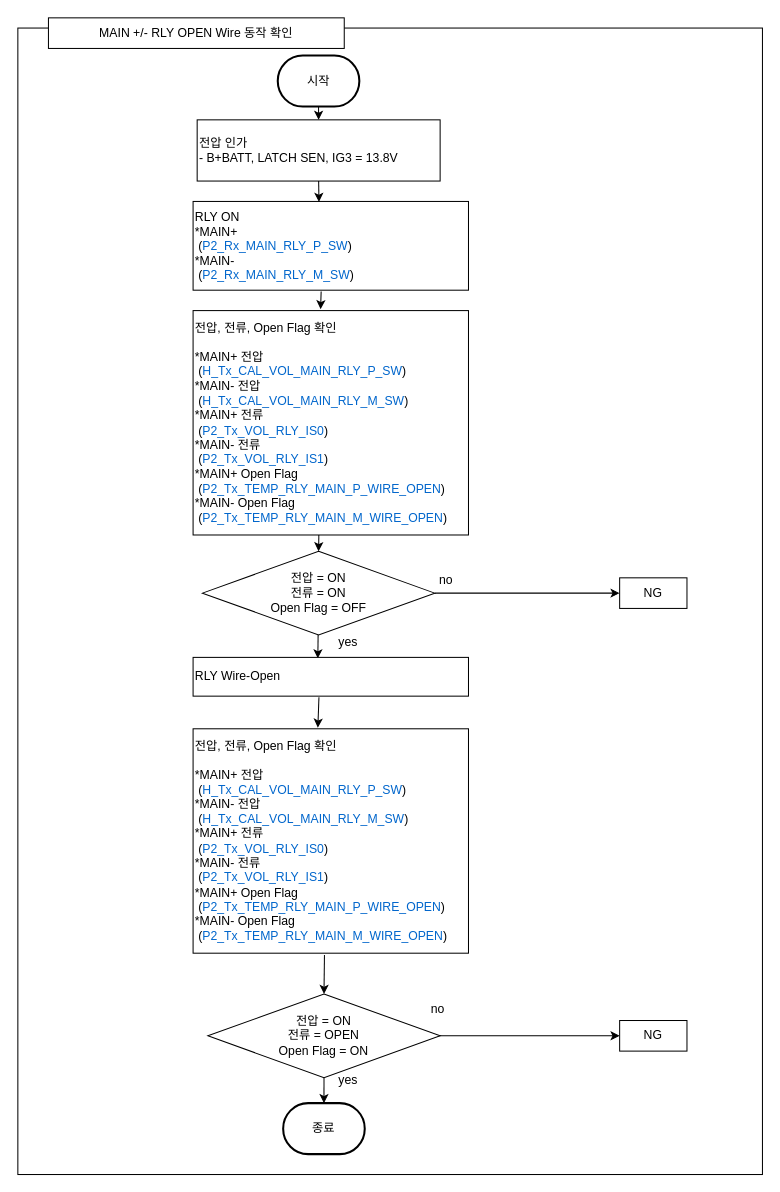
Before: MAIN +/- RLY OPEN Wire 동작 확인.drawio in chaeyoonl/state-transition-diagram-test, a draw.io diagram. Source tidied: cells renumbered, new cells numbered last; positions are measured from the earlier drawing's top-left corner, leaving out a move shared by most shapes. Both pictures are drawn from the tidied source at 102%, with x=0, y=0 at pixel (17, 17).
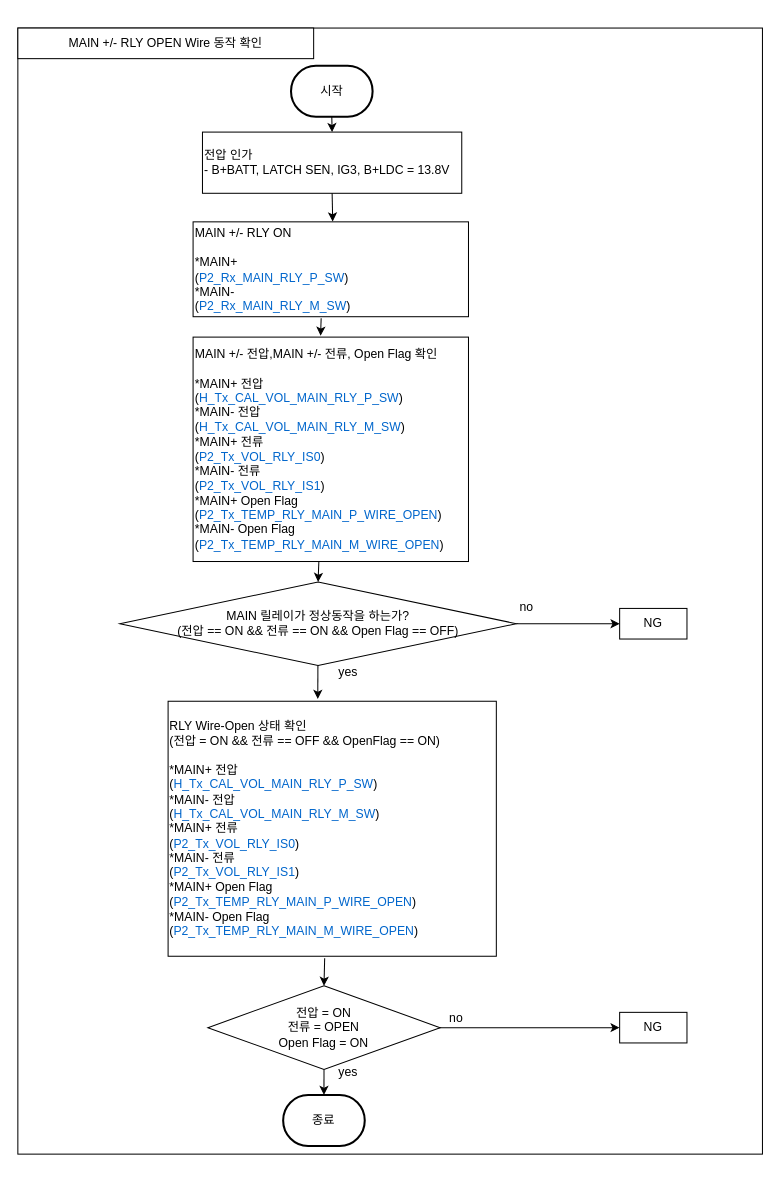
After the change.

Commit message:
- RLY OPEN Wire 동작 확인.drawio 업데이트

What changed in the source:
```diff
@@
     <mxCell id="2" style="rounded=0;whiteSpace=wrap;html=1;" parent="1" vertex="1">
-      <mxGeometry y="10" width="730" height="1124" as="geometry" />
+      <mxGeometry y="10" width="730" height="1104" as="geometry" />
     </mxCell>
     <mxCell id="3" value="시작" style="strokeWidth=2;html=1;shape=mxgraph.flowchart.terminator;whiteSpace=wrap;" parent="1" vertex="1">
-      <mxGeometry x="254.8" y="37" width="80" height="50" as="geometry" />
+      <mxGeometry x="267.8" y="47" width="80" height="50" as="geometry" />
     </mxCell>
@@
     <mxCell id="5" value="&lt;div&gt;MAIN +/- RLY&amp;nbsp;&lt;span style=&quot;background-color: initial;&quot;&gt;OPEN Wire 동작 확인&lt;/span&gt;&lt;/div&gt;" style="rounded=0;whiteSpace=wrap;html=1;" parent="1" vertex="1">
-      <mxGeometry x="30" width="290" height="30" as="geometry" />
+      <mxGeometry y="10" width="290" height="30" as="geometry" />
     </mxCell>
     <mxCell id="6" value="종료" style="strokeWidth=2;html=1;shape=mxgraph.flowchart.terminator;whiteSpace=wrap;" parent="1" vertex="1">
-      <mxGeometry x="260.1" y="1064" width="80" height="50" as="geometry" />
+      <mxGeometry x="260.1" y="1056" width="80" height="50" as="geometry" />
     </mxCell>
-    <mxCell id="7" value="전압 인가&lt;br&gt;- B+BATT, LATCH SEN, IG3 = 13.8V" style="rounded=0;whiteSpace=wrap;html=1;align=left;" parent="1" vertex="1">
-      <mxGeometry x="175.8" y="100" width="238.2" height="60" as="geometry" />
+    <mxCell id="7" value="전압 인가&lt;br&gt;- B+BATT, LATCH SEN, IG3, B+LDC = 13.8V" style="rounded=0;whiteSpace=wrap;html=1;align=left;" parent="1" vertex="1">
+      <mxGeometry x="181" y="112" width="254.2" height="60" as="geometry" />
     </mxCell>
@@
-    <mxCell id="9" value="RLY ON&lt;br&gt;*MAIN+&lt;br&gt;&amp;nbsp;(&lt;font color=&quot;#0066cc&quot;&gt;P2_Rx_MAIN_RLY_P_SW&lt;/font&gt;)&lt;br&gt;*MAIN-&lt;br&gt;&amp;nbsp;(&lt;font color=&quot;#0066cc&quot;&gt;P2_Rx_MAIN_RLY_M_SW&lt;/font&gt;)" style="rounded=0;whiteSpace=wrap;html=1;align=left;" parent="1" vertex="1">
-      <mxGeometry x="171.8" y="180" width="270" height="87" as="geometry" />
+    <mxCell id="9" value="MAIN +/- RLY ON&lt;br&gt;&lt;br&gt;*MAIN+&lt;br&gt;(&lt;font color=&quot;#0066cc&quot;&gt;P2_Rx_MAIN_RLY_P_SW&lt;/font&gt;)&lt;br&gt;*MAIN-&lt;br&gt;(&lt;font color=&quot;#0066cc&quot;&gt;P2_Rx_MAIN_RLY_M_SW&lt;/font&gt;)" style="rounded=0;whiteSpace=wrap;html=1;align=left;" parent="1" vertex="1">
+      <mxGeometry x="171.8" y="200" width="270" height="93" as="geometry" />
     </mxCell>
     <mxCell id="10" value="yes" style="text;html=1;strokeColor=none;fillColor=none;align=center;verticalAlign=middle;whiteSpace=wrap;rounded=0;" parent="1" vertex="1">
-      <mxGeometry x="294.4" y="1027" width="60" height="30" as="geometry" />
+      <mxGeometry x="294.4" y="1019" width="60" height="30" as="geometry" />
     </mxCell>
-    <mxCell id="11" style="endArrow=classic;html=1;rounded=0;exitX=0.5;exitY=1;exitDx=0;exitDy=0;entryX=0.457;entryY=0.005;entryDx=0;entryDy=0;entryPerimeter=0;" parent="1" edge="1" source="7" target="9">
+    <mxCell id="11" style="endArrow=classic;html=1;rounded=0;exitX=0.5;exitY=1;exitDx=0;exitDy=0;entryX=0.507;entryY=-0.003;entryDx=0;entryDy=0;entryPerimeter=0;" parent="1" edge="1" source="7" target="9">
       <mxGeometry relative="1" as="geometry" />
     </mxCell>
     <mxCell id="12" style="endArrow=classic;html=1;rounded=0;exitX=0.456;exitY=1.035;exitDx=0;exitDy=0;entryX=0.5;entryY=0;entryDx=0;entryDy=0;exitPerimeter=0;" parent="1" edge="1" target="13">
       <mxGeometry relative="1" as="geometry">
-        <mxPoint x="295.1" y="507" as="sourcePoint" />
+        <mxPoint x="295.1" y="533" as="sourcePoint" />
       </mxGeometry>
     </mxCell>
-    <mxCell id="13" value="전압 = ON&lt;br&gt;전류 = ON&lt;br&gt;Open Flag = OFF" style="rhombus;whiteSpace=wrap;html=1;" parent="1" vertex="1">
-      <mxGeometry x="181" y="523" width="227.7" height="82" as="geometry" />
+    <mxCell id="13" value="MAIN 릴레이가 정상동작을 하는가?&lt;br&gt;(전압 == ON &amp;amp;&amp;amp;&amp;nbsp;전류 == ON &amp;amp;&amp;amp;&amp;nbsp;Open Flag == OFF)" style="rhombus;whiteSpace=wrap;html=1;" parent="1" vertex="1">
+      <mxGeometry x="100" y="553" width="388.7" height="82" as="geometry" />
     </mxCell>
-    <mxCell id="14" style="endArrow=classic;html=1;rounded=0;exitX=0.457;exitY=1.026;exitDx=0;exitDy=0;entryX=0.453;entryY=-0.005;entryDx=0;entryDy=0;exitPerimeter=0;entryPerimeter=0;" parent="1" edge="1" source="16" target="26">
-      <mxGeometry relative="1" as="geometry" />
-    </mxCell>
-    <mxCell id="15" style="endArrow=classic;html=1;rounded=0;entryX=0.453;entryY=0.025;entryDx=0;entryDy=0;entryPerimeter=0;" parent="1" edge="1" source="13" target="16">
+    <mxCell id="15" style="endArrow=classic;html=1;rounded=0;entryX=0.456;entryY=-0.009;entryDx=0;entryDy=0;entryPerimeter=0;" parent="1" edge="1" source="13" target="26">
       <mxGeometry relative="1" as="geometry" />
     </mxCell>
-    <mxCell id="16" value="RLY Wire-Open" style="rounded=0;whiteSpace=wrap;html=1;align=left;" parent="1" vertex="1">
-      <mxGeometry x="171.8" y="627" width="270" height="38" as="geometry" />
-    </mxCell>
     <mxCell id="17" value="yes" style="text;html=1;strokeColor=none;fillColor=none;align=center;verticalAlign=middle;whiteSpace=wrap;rounded=0;" parent="1" vertex="1">
-      <mxGeometry x="294.4" y="597" width="60" height="30" as="geometry" />
+      <mxGeometry x="294.4" y="627" width="60" height="30" as="geometry" />
     </mxCell>
     <mxCell id="18" value="NG" style="rounded=0;whiteSpace=wrap;html=1;align=center;" parent="1" vertex="1">
-      <mxGeometry x="590" y="549" width="66" height="30" as="geometry" />
+      <mxGeometry x="590" y="579" width="66" height="30" as="geometry" />
     </mxCell>
@@
     <mxCell id="20" value="no" style="text;html=1;strokeColor=none;fillColor=none;align=center;verticalAlign=middle;whiteSpace=wrap;rounded=0;" parent="1" vertex="1">
-      <mxGeometry x="390" y="537" width="60" height="30" as="geometry" />
+      <mxGeometry x="469" y="563" width="60" height="30" as="geometry" />
     </mxCell>
     <mxCell id="21" value="NG" style="rounded=0;whiteSpace=wrap;html=1;align=center;" parent="1" vertex="1">
-      <mxGeometry x="590" y="983" width="66" height="30" as="geometry" />
+      <mxGeometry x="590" y="975" width="66" height="30" as="geometry" />
     </mxCell>
@@
     <mxCell id="23" value="no" style="text;html=1;strokeColor=none;fillColor=none;align=center;verticalAlign=middle;whiteSpace=wrap;rounded=0;" parent="1" vertex="1">
-      <mxGeometry x="381.8" y="957" width="60" height="30" as="geometry" />
+      <mxGeometry x="400" y="966" width="60" height="30" as="geometry" />
     </mxCell>
-    <mxCell id="24" value="전압, 전류, Open Flag 확인&lt;br&gt;&lt;br&gt;*MAIN+ 전압&lt;br&gt;&amp;nbsp;(&lt;font color=&quot;#0066cc&quot;&gt;H_Tx_CAL_VOL_MAIN_RLY_P_SW&lt;/font&gt;)&lt;br&gt;*MAIN- 전압&lt;br&gt;&amp;nbsp;(&lt;font color=&quot;#0066cc&quot;&gt;H_Tx_CAL_VOL_MAIN_RLY_M_SW&lt;/font&gt;)&lt;br&gt;*MAIN+ 전류&lt;br style=&quot;border-color: var(--border-color);&quot;&gt;&amp;nbsp;(&lt;font color=&quot;#0066cc&quot;&gt;P2_Tx_VOL_RLY_IS0&lt;/font&gt;)&lt;br style=&quot;border-color: var(--border-color);&quot;&gt;*MAIN- 전류&lt;br style=&quot;border-color: var(--border-color);&quot;&gt;&amp;nbsp;(&lt;font color=&quot;#0066cc&quot;&gt;P2_Tx_VOL_RLY_IS1&lt;/font&gt;)&lt;br&gt;*MAIN+ Open Flag&lt;br style=&quot;border-color: var(--border-color);&quot;&gt;&amp;nbsp;(&lt;font color=&quot;#0066cc&quot;&gt;P2_Tx_TEMP_RLY_MAIN_P_WIRE_OPEN&lt;/font&gt;)&lt;br style=&quot;border-color: var(--border-color);&quot;&gt;*MAIN- Open Flag&lt;br style=&quot;border-color: var(--border-color);&quot;&gt;&amp;nbsp;(&lt;font color=&quot;#0066cc&quot;&gt;P2_Tx_TEMP_RLY_MAIN_M_WIRE_OPEN&lt;/font&gt;)" style="rounded=0;whiteSpace=wrap;html=1;align=left;" parent="1" vertex="1">
-      <mxGeometry x="171.8" y="287" width="270" height="220" as="geometry" />
+    <mxCell id="24" value="MAIN +/- 전압,MAIN +/-&amp;nbsp;전류, Open Flag 확인&lt;br&gt;&lt;br&gt;*MAIN+ 전압&lt;br&gt;(&lt;font color=&quot;#0066cc&quot;&gt;H_Tx_CAL_VOL_MAIN_RLY_P_SW&lt;/font&gt;)&lt;br&gt;*MAIN- 전압&lt;br&gt;(&lt;font color=&quot;#0066cc&quot;&gt;H_Tx_CAL_VOL_MAIN_RLY_M_SW&lt;/font&gt;)&lt;br&gt;*MAIN+ 전류&lt;br style=&quot;border-color: var(--border-color);&quot;&gt;(&lt;font color=&quot;#0066cc&quot;&gt;P2_Tx_VOL_RLY_IS0&lt;/font&gt;)&lt;br style=&quot;border-color: var(--border-color);&quot;&gt;*MAIN- 전류&lt;br style=&quot;border-color: var(--border-color);&quot;&gt;(&lt;font color=&quot;#0066cc&quot;&gt;P2_Tx_VOL_RLY_IS1&lt;/font&gt;)&lt;br&gt;*MAIN+ Open Flag&lt;br style=&quot;border-color: var(--border-color);&quot;&gt;(&lt;font color=&quot;#0066cc&quot;&gt;P2_Tx_TEMP_RLY_MAIN_P_WIRE_OPEN&lt;/font&gt;)&lt;br style=&quot;border-color: var(--border-color);&quot;&gt;*MAIN- Open Flag&lt;br style=&quot;border-color: var(--border-color);&quot;&gt;(&lt;font color=&quot;#0066cc&quot;&gt;P2_Tx_TEMP_RLY_MAIN_M_WIRE_OPEN&lt;/font&gt;)" style="rounded=0;whiteSpace=wrap;html=1;align=left;" parent="1" vertex="1">
+      <mxGeometry x="171.8" y="313" width="270" height="220" as="geometry" />
     </mxCell>
@@
-    <mxCell id="26" value="전압, 전류, Open Flag 확인&lt;br&gt;&lt;br&gt;*MAIN+ 전압&lt;br&gt;&amp;nbsp;(&lt;font color=&quot;#0066cc&quot;&gt;H_Tx_CAL_VOL_MAIN_RLY_P_SW&lt;/font&gt;)&lt;br&gt;*MAIN- 전압&lt;br&gt;&amp;nbsp;(&lt;font color=&quot;#0066cc&quot;&gt;H_Tx_CAL_VOL_MAIN_RLY_M_SW&lt;/font&gt;)&lt;br&gt;*MAIN+ 전류&lt;br style=&quot;border-color: var(--border-color);&quot;&gt;&amp;nbsp;(&lt;font color=&quot;#0066cc&quot;&gt;P2_Tx_VOL_RLY_IS0&lt;/font&gt;)&lt;br style=&quot;border-color: var(--border-color);&quot;&gt;*MAIN- 전류&lt;br style=&quot;border-color: var(--border-color);&quot;&gt;&amp;nbsp;(&lt;font color=&quot;#0066cc&quot;&gt;P2_Tx_VOL_RLY_IS1&lt;/font&gt;)&lt;br&gt;*MAIN+ Open Flag&lt;br style=&quot;border-color: var(--border-color);&quot;&gt;&amp;nbsp;(&lt;font color=&quot;#0066cc&quot;&gt;P2_Tx_TEMP_RLY_MAIN_P_WIRE_OPEN&lt;/font&gt;)&lt;br style=&quot;border-color: var(--border-color);&quot;&gt;*MAIN- Open Flag&lt;br style=&quot;border-color: var(--border-color);&quot;&gt;&amp;nbsp;(&lt;font color=&quot;#0066cc&quot;&gt;P2_Tx_TEMP_RLY_MAIN_M_WIRE_OPEN&lt;/font&gt;)" style="rounded=0;whiteSpace=wrap;html=1;align=left;" parent="1" vertex="1">
-      <mxGeometry x="171.8" y="697" width="270" height="220" as="geometry" />
+    <mxCell id="26" value="RLY Wire-Open 상태 확인&lt;br style=&quot;border-color: var(--border-color);&quot;&gt;(전압 = ON &amp;amp;&amp;amp; 전류 == OFF &amp;amp;&amp;amp; OpenFlag == ON)&lt;br&gt;&lt;br&gt;*MAIN+ 전압&lt;br&gt;(&lt;font color=&quot;#0066cc&quot;&gt;H_Tx_CAL_VOL_MAIN_RLY_P_SW&lt;/font&gt;)&lt;br&gt;*MAIN- 전압&lt;br&gt;(&lt;font color=&quot;#0066cc&quot;&gt;H_Tx_CAL_VOL_MAIN_RLY_M_SW&lt;/font&gt;)&lt;br&gt;*MAIN+ 전류&lt;br style=&quot;border-color: var(--border-color);&quot;&gt;(&lt;font color=&quot;#0066cc&quot;&gt;P2_Tx_VOL_RLY_IS0&lt;/font&gt;)&lt;br style=&quot;border-color: var(--border-color);&quot;&gt;*MAIN- 전류&lt;br style=&quot;border-color: var(--border-color);&quot;&gt;(&lt;font color=&quot;#0066cc&quot;&gt;P2_Tx_VOL_RLY_IS1&lt;/font&gt;)&lt;br&gt;*MAIN+ Open Flag&lt;br style=&quot;border-color: var(--border-color);&quot;&gt;(&lt;font color=&quot;#0066cc&quot;&gt;P2_Tx_TEMP_RLY_MAIN_P_WIRE_OPEN&lt;/font&gt;)&lt;br style=&quot;border-color: var(--border-color);&quot;&gt;*MAIN- Open Flag&lt;br style=&quot;border-color: var(--border-color);&quot;&gt;(&lt;font color=&quot;#0066cc&quot;&gt;P2_Tx_TEMP_RLY_MAIN_M_WIRE_OPEN&lt;/font&gt;)" style="rounded=0;whiteSpace=wrap;html=1;align=left;" parent="1" vertex="1">
+      <mxGeometry x="147.3" y="670" width="321.8" height="250" as="geometry" />
     </mxCell>
     <mxCell id="27" value="전압 = ON&lt;br&gt;전류 = OPEN&lt;br&gt;Open Flag = ON" style="rhombus;whiteSpace=wrap;html=1;" parent="1" vertex="1">
-      <mxGeometry x="186.3" y="957" width="227.7" height="82" as="geometry" />
+      <mxGeometry x="186.3" y="949" width="227.7" height="82" as="geometry" />
     </mxCell>
```
